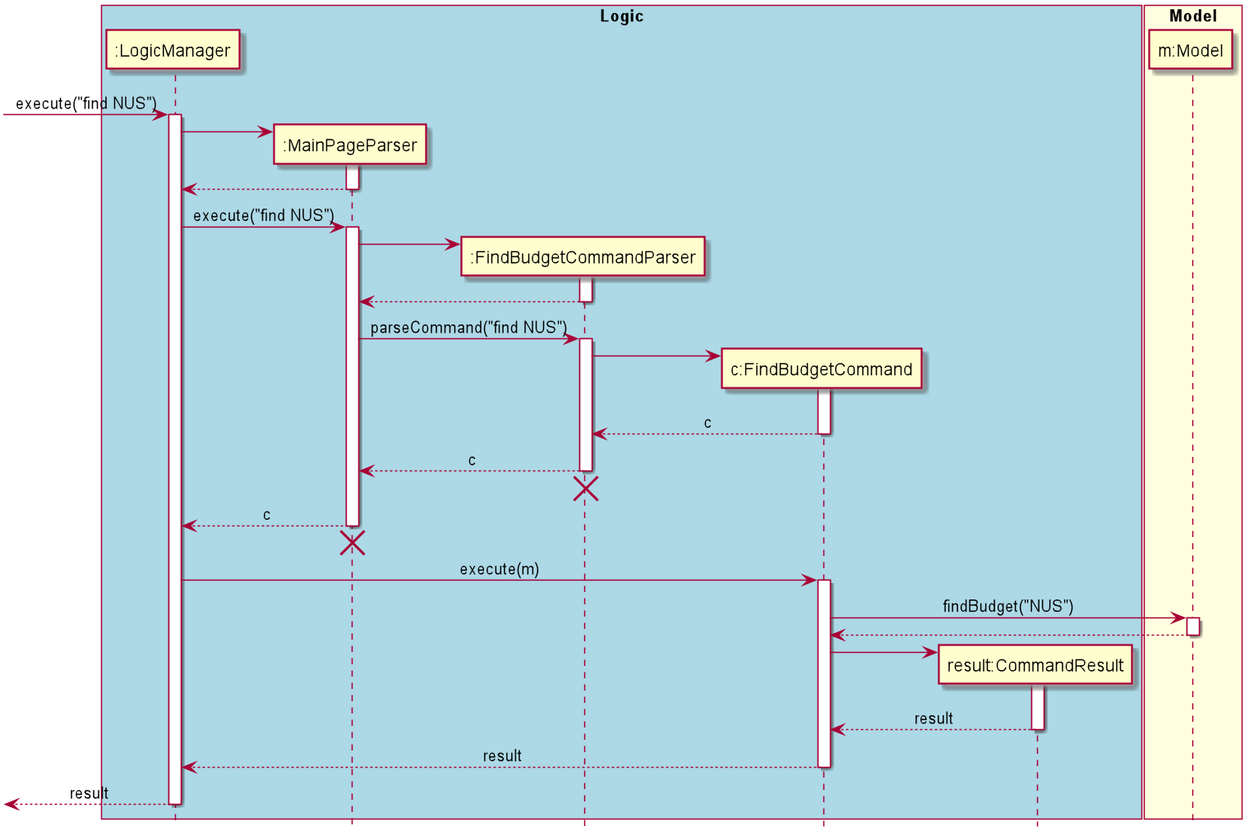
This is docs/diagrams/commandsPlantUML/diagram/FindBudgetCommand.png from yu-ming-chen/tp, a PlantUML export, as it was before one commit.
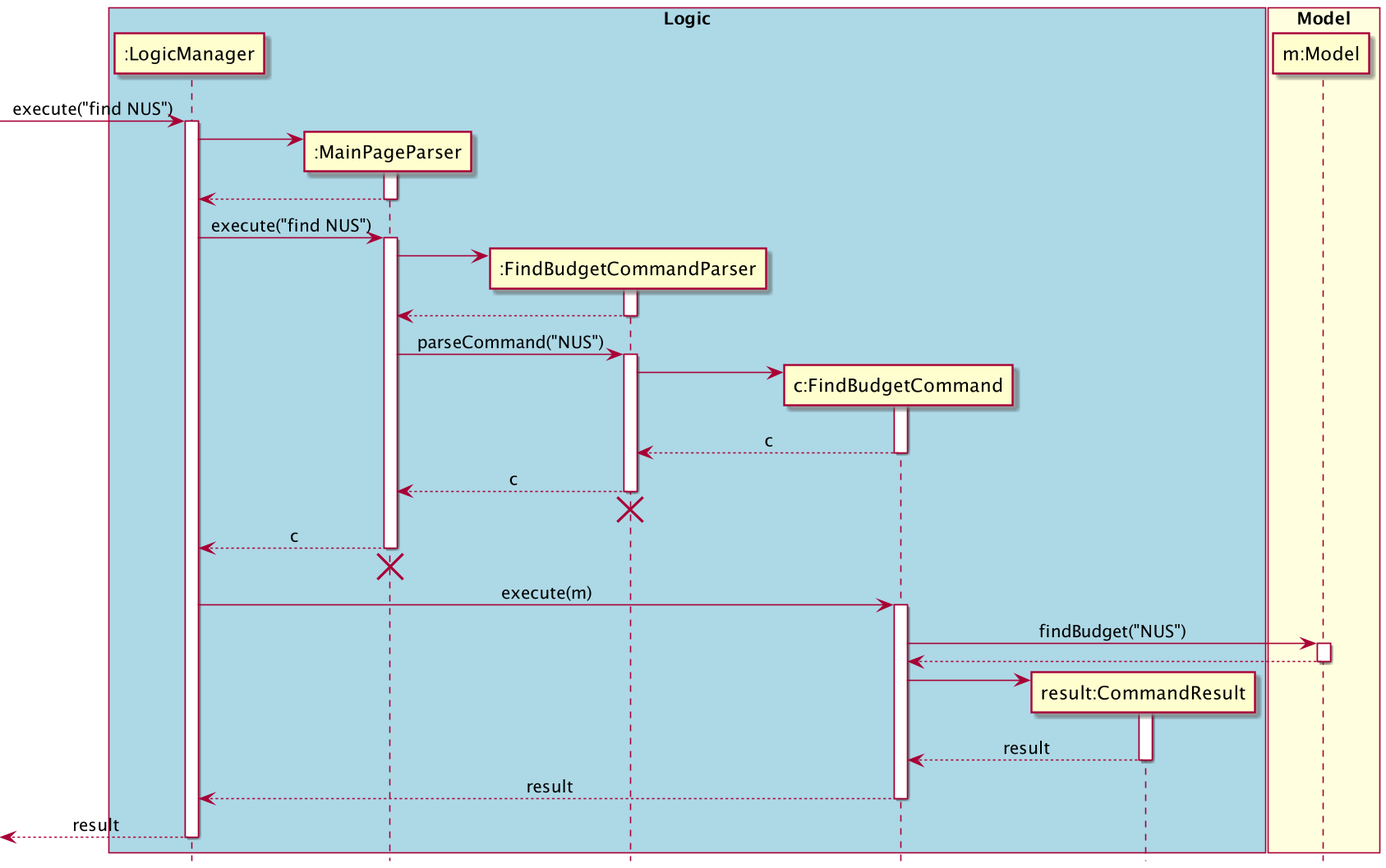
The same diagram one commit later.

The edit, as a diff of the source:
```diff
@@ -32,7 +32,7 @@
 MPP <-- FBCP
 deactivate FBCP
 
-MPP -> FBCP : parseCommand("find NUS")
+MPP -> FBCP : parseCommand("NUS")
 activate FBCP
 
 create FBC
```
